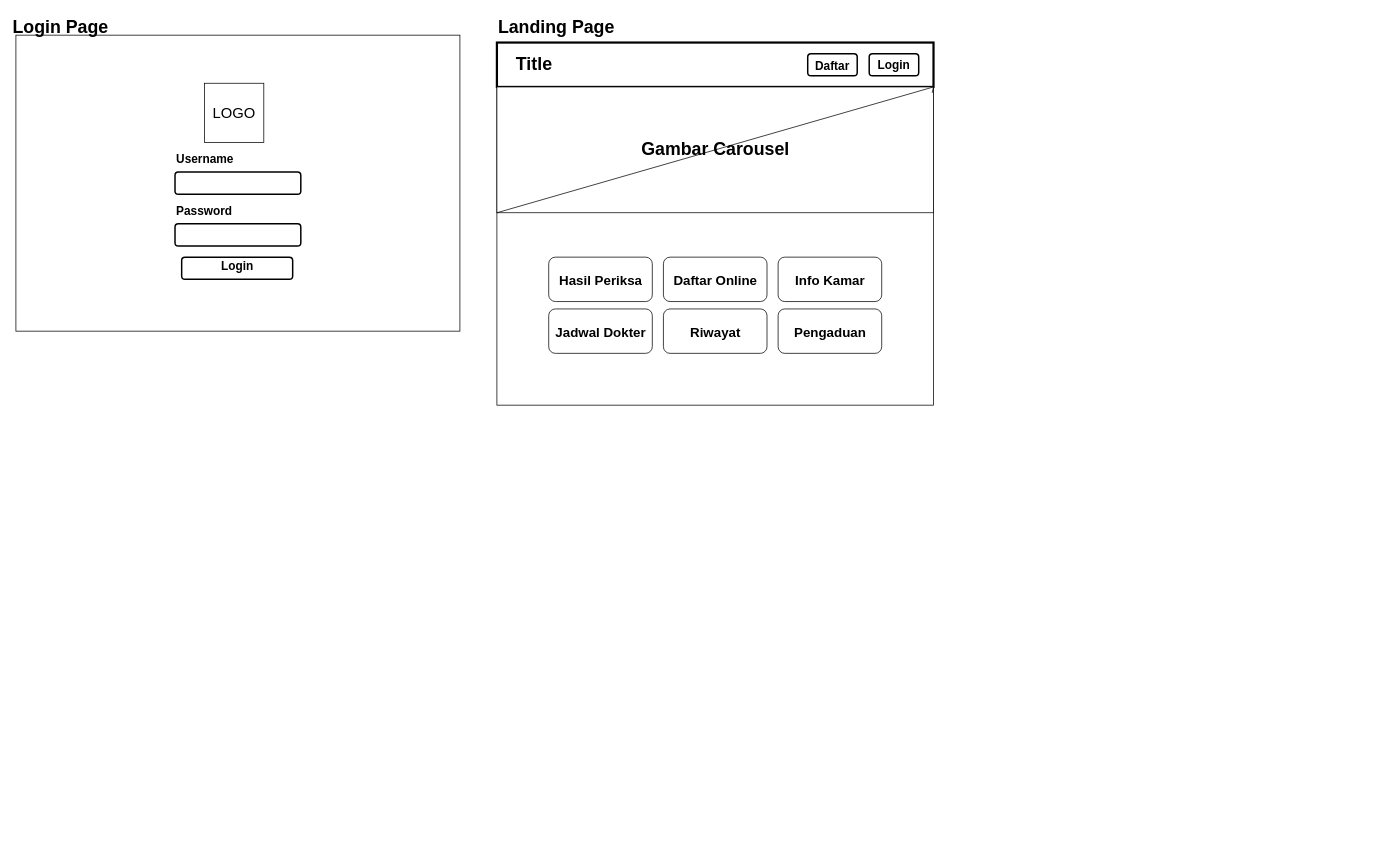
Earlier version of the draw.io diagram Tugas Kuliah Putri.drawio (wibinabae/tugas_kuliah). Source tidied: cells renumbered, new cells numbered last; positions are measured from the earlier drawing's top-left corner, leaving out a move shared by most shapes. Both pictures are drawn from the tidied source at 74%, with x=0, y=0 at pixel (16, 13).
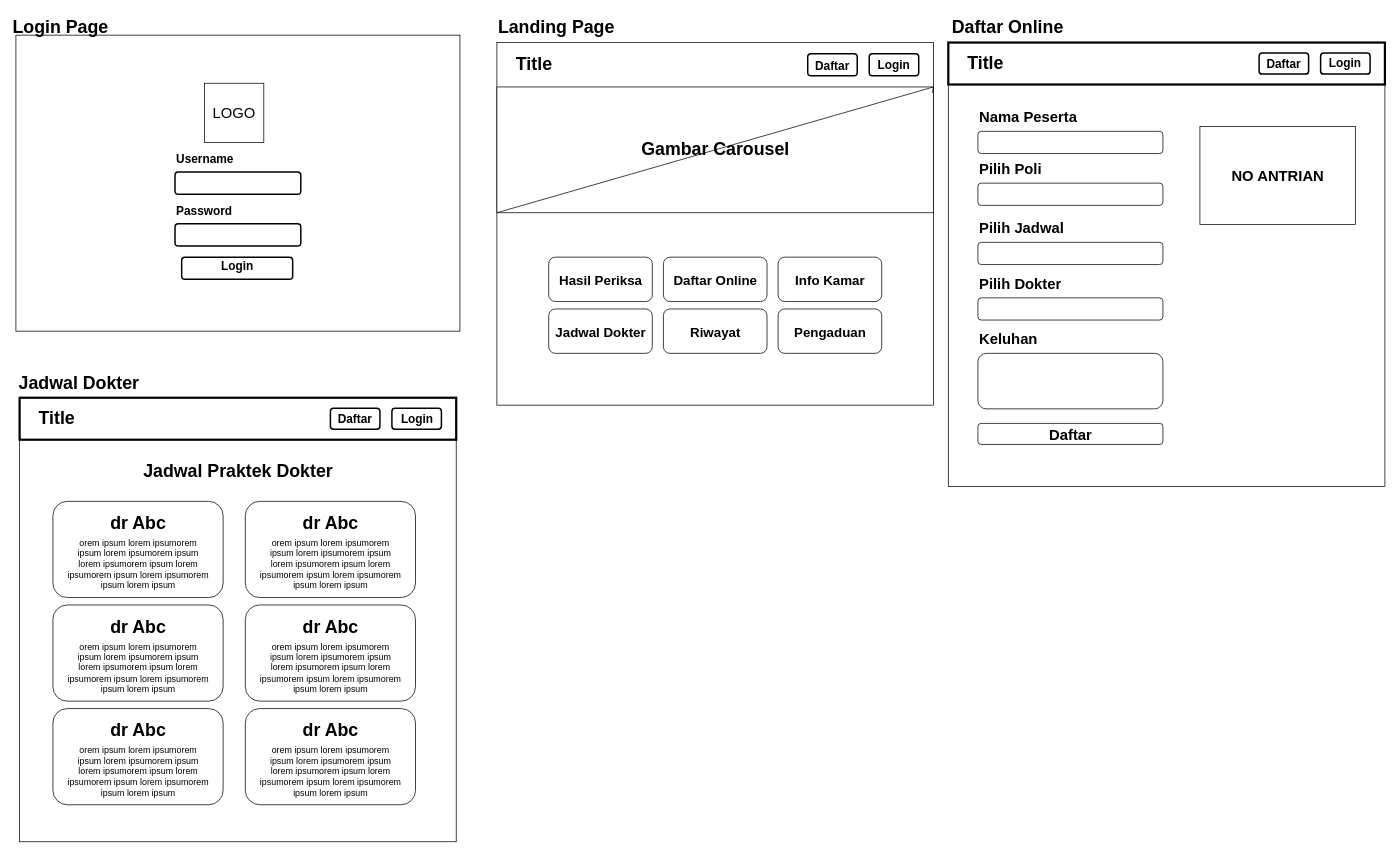
The same page after the edit.

Commit message:
Penambahan wireframe Jadwal Dokter

Unchanged cells that the change refers to:
```xml
<mxCell id="16" style="group;" parent="15" vertex="1">
  <mxGeometry y="40" width="590" height="490" as="geometry" />
</mxCell>
```

Diff of the diagram source:
```diff
@@
+    <mxCell id="42" style="rounded=0;whiteSpace=wrap;html=1;" parent="1" vertex="1">
+      <mxGeometry x="1260" y="40" width="590" height="600" as="geometry" />
+    </mxCell>
@@
-    <mxCell id="18" style="rounded=0;whiteSpace=wrap;html=1;strokeWidth=3;" parent="16" vertex="1">
-      <mxGeometry width="590" height="60" as="geometry" />
-    </mxCell>
@@
+    <mxCell id="43" value="Daftar Online" style="text;strokeColor=none;fillColor=none;html=1;fontSize=24;fontStyle=1;verticalAlign=middle;align=center;" parent="1" vertex="1">
+      <mxGeometry x="1290" width="100" height="40" as="geometry" />
+    </mxCell>
+    <mxCell id="44" style="rounded=1;whiteSpace=wrap;html=1;" parent="1" vertex="1">
+      <mxGeometry x="1300" y="160" width="250" height="30" as="geometry" />
+    </mxCell>
+    <mxCell id="45" value="&lt;font style=&quot;font-size: 20px;&quot;&gt;Nama Peserta&lt;/font&gt;" style="text;strokeColor=none;fillColor=none;html=1;fontSize=24;fontStyle=1;verticalAlign=middle;align=left;" parent="1" vertex="1">
+      <mxGeometry x="1300" y="120" width="100" height="40" as="geometry" />
+    </mxCell>
+    <mxCell id="46" style="rounded=1;whiteSpace=wrap;html=1;" parent="1" vertex="1">
+      <mxGeometry x="1300" y="230" width="250" height="30" as="geometry" />
+    </mxCell>
+    <mxCell id="47" value="&lt;font style=&quot;font-size: 20px;&quot;&gt;Pilih Poli&lt;/font&gt;" style="text;strokeColor=none;fillColor=none;html=1;fontSize=24;fontStyle=1;verticalAlign=middle;align=left;" parent="1" vertex="1">
+      <mxGeometry x="1300" y="190" width="100" height="40" as="geometry" />
+    </mxCell>
+    <mxCell id="48" style="rounded=1;whiteSpace=wrap;html=1;" parent="1" vertex="1">
+      <mxGeometry x="1300" y="310" width="250" height="30" as="geometry" />
+    </mxCell>
+    <mxCell id="49" value="&lt;font style=&quot;font-size: 20px;&quot;&gt;Pilih Jadwal&lt;/font&gt;" style="text;strokeColor=none;fillColor=none;html=1;fontSize=24;fontStyle=1;verticalAlign=middle;align=left;" parent="1" vertex="1">
+      <mxGeometry x="1300" y="270" width="100" height="40" as="geometry" />
+    </mxCell>
+    <mxCell id="50" style="rounded=1;whiteSpace=wrap;html=1;" parent="1" vertex="1">
+      <mxGeometry x="1300" y="460" width="250" height="75" as="geometry" />
+    </mxCell>
+    <mxCell id="51" value="&lt;font style=&quot;font-size: 20px;&quot;&gt;Keluhan&lt;/font&gt;" style="text;strokeColor=none;fillColor=none;html=1;fontSize=24;fontStyle=1;verticalAlign=middle;align=left;" parent="1" vertex="1">
+      <mxGeometry x="1300" y="420" width="100" height="40" as="geometry" />
+    </mxCell>
+    <mxCell id="52" style="rounded=0;whiteSpace=wrap;html=1;strokeWidth=3;" parent="1" vertex="1">
+      <mxGeometry x="1260" y="40" width="590" height="56.7" as="geometry" />
+    </mxCell>
+    <mxCell id="53" value="Title" style="text;strokeColor=none;fillColor=none;html=1;fontSize=24;fontStyle=1;verticalAlign=middle;align=center;" parent="1" vertex="1">
+      <mxGeometry x="1260" y="49.5" width="100" height="37.8" as="geometry" />
+    </mxCell>
+    <mxCell id="54" style="group;" parent="1" vertex="1">
+      <mxGeometry x="1680" y="54.2" width="66.9" height="28.4" as="geometry" />
+    </mxCell>
+    <mxCell id="55" style="rounded=1;whiteSpace=wrap;html=1;strokeWidth=2;" parent="54" vertex="1">
+      <mxGeometry width="66.9" height="28.4" as="geometry" />
+    </mxCell>
+    <mxCell id="56" value="&lt;font style=&quot;font-size: 16px;&quot;&gt;Daftar&lt;/font&gt;" style="text;strokeColor=none;fillColor=none;html=1;fontSize=24;fontStyle=1;verticalAlign=middle;align=center;" parent="54" vertex="1">
+      <mxGeometry x="5.3" y="3.8" width="56.2" height="18.9" as="geometry" />
+    </mxCell>
+    <mxCell id="57" style="group;" parent="1" vertex="1">
+      <mxGeometry x="1763.1" y="54.2" width="66.9" height="28.4" as="geometry" />
+    </mxCell>
+    <mxCell id="58" style="rounded=1;whiteSpace=wrap;html=1;strokeWidth=2;" parent="57" vertex="1">
+      <mxGeometry width="66.9" height="28.4" as="geometry" />
+    </mxCell>
+    <mxCell id="59" value="&lt;font style=&quot;font-size: 16px;&quot;&gt;Login&lt;/font&gt;" style="text;strokeColor=none;fillColor=none;html=1;fontSize=24;fontStyle=1;verticalAlign=middle;align=center;" parent="57" vertex="1">
+      <mxGeometry x="5.3" y="2.8" width="56.2" height="18.9" as="geometry" />
+    </mxCell>
+    <mxCell id="60" style="rounded=0;whiteSpace=wrap;html=1;" parent="1" vertex="1">
+      <mxGeometry x="1600" y="153.5" width="210" height="132.4" as="geometry" />
+    </mxCell>
+    <mxCell id="61" value="&lt;font style=&quot;font-size: 20px;&quot;&gt;NO ANTRIAN&lt;/font&gt;" style="text;strokeColor=none;fillColor=none;html=1;fontSize=24;fontStyle=1;verticalAlign=middle;align=center;" parent="1" vertex="1">
+      <mxGeometry x="1655" y="200.7" width="100" height="37.8" as="geometry" />
+    </mxCell>
+    <mxCell id="62" style="group;" parent="1" vertex="1">
+      <mxGeometry x="1300" y="550" width="250" height="37.8" as="geometry" />
+    </mxCell>
+    <mxCell id="63" style="rounded=1;whiteSpace=wrap;html=1;" parent="62" vertex="1">
+      <mxGeometry y="4.7" width="250" height="28.4" as="geometry" />
+    </mxCell>
+    <mxCell id="64" value="&lt;font style=&quot;font-size: 20px;&quot;&gt;Daftar&lt;/font&gt;" style="text;strokeColor=none;fillColor=none;html=1;fontSize=24;fontStyle=1;verticalAlign=middle;align=center;" parent="62" vertex="1">
+      <mxGeometry x="75" width="100" height="37.8" as="geometry" />
+    </mxCell>
+    <mxCell id="65" style="rounded=1;whiteSpace=wrap;html=1;" parent="1" vertex="1">
+      <mxGeometry x="1300" y="385" width="250" height="30" as="geometry" />
+    </mxCell>
+    <mxCell id="66" value="&lt;font style=&quot;font-size: 20px;&quot;&gt;Pilih Dokter&lt;/font&gt;" style="text;strokeColor=none;fillColor=none;html=1;fontSize=24;fontStyle=1;verticalAlign=middle;align=left;" parent="1" vertex="1">
+      <mxGeometry x="1300" y="345" width="100" height="40" as="geometry" />
+    </mxCell>
+    <mxCell id="67" style="rounded=0;whiteSpace=wrap;html=1;" parent="1" vertex="1">
+      <mxGeometry x="5" y="520" width="590" height="600" as="geometry" />
+    </mxCell>
+    <mxCell id="68" value="Jadwal Dokter" style="text;strokeColor=none;fillColor=none;html=1;fontSize=24;fontStyle=1;verticalAlign=middle;align=center;" parent="1" vertex="1">
+      <mxGeometry x="35" y="480" width="100" height="40" as="geometry" />
+    </mxCell>
+    <mxCell id="69" style="rounded=0;whiteSpace=wrap;html=1;strokeWidth=3;" parent="1" vertex="1">
+      <mxGeometry x="5" y="520" width="590" height="56.7" as="geometry" />
+    </mxCell>
+    <mxCell id="70" value="Title" style="text;strokeColor=none;fillColor=none;html=1;fontSize=24;fontStyle=1;verticalAlign=middle;align=center;" parent="1" vertex="1">
+      <mxGeometry x="5" y="529.5" width="100" height="37.8" as="geometry" />
+    </mxCell>
+    <mxCell id="71" style="group;" parent="1" vertex="1">
+      <mxGeometry x="425" y="534.2" width="66.9" height="28.4" as="geometry" />
+    </mxCell>
+    <mxCell id="72" style="rounded=1;whiteSpace=wrap;html=1;strokeWidth=2;" parent="71" vertex="1">
+      <mxGeometry width="66.9" height="28.4" as="geometry" />
+    </mxCell>
+    <mxCell id="73" value="&lt;font style=&quot;font-size: 16px;&quot;&gt;Daftar&lt;/font&gt;" style="text;strokeColor=none;fillColor=none;html=1;fontSize=24;fontStyle=1;verticalAlign=middle;align=center;" parent="71" vertex="1">
+      <mxGeometry x="5.3" y="3.8" width="56.2" height="18.9" as="geometry" />
+    </mxCell>
+    <mxCell id="74" style="group;" parent="1" vertex="1">
+      <mxGeometry x="508.1" y="534.2" width="66.9" height="28.4" as="geometry" />
+    </mxCell>
+    <mxCell id="75" style="rounded=1;whiteSpace=wrap;html=1;strokeWidth=2;" parent="74" vertex="1">
+      <mxGeometry width="66.9" height="28.4" as="geometry" />
+    </mxCell>
+    <mxCell id="76" value="&lt;font style=&quot;font-size: 16px;&quot;&gt;Login&lt;/font&gt;" style="text;strokeColor=none;fillColor=none;html=1;fontSize=24;fontStyle=1;verticalAlign=middle;align=center;" parent="74" vertex="1">
+      <mxGeometry x="5.3" y="2.8" width="56.2" height="18.9" as="geometry" />
+    </mxCell>
+    <mxCell id="77" value="Jadwal Praktek Dokter" style="text;strokeColor=none;fillColor=none;html=1;fontSize=24;fontStyle=1;verticalAlign=middle;align=center;" parent="1" vertex="1">
+      <mxGeometry x="250" y="600" width="100" height="40" as="geometry" />
+    </mxCell>
+    <mxCell id="78" style="group;" parent="1" vertex="1">
+      <mxGeometry x="50" y="660" width="230" height="130" as="geometry" />
+    </mxCell>
+    <mxCell id="79" style="group;" parent="78" vertex="1">
+      <mxGeometry width="230" height="130" as="geometry" />
+    </mxCell>
+    <mxCell id="80" style="rounded=1;whiteSpace=wrap;html=1;" parent="79" vertex="1">
+      <mxGeometry width="230" height="130" as="geometry" />
+    </mxCell>
+    <mxCell id="81" value="dr Abc" style="text;strokeColor=none;fillColor=none;html=1;fontSize=24;fontStyle=1;verticalAlign=middle;align=center;" parent="79" vertex="1">
+      <mxGeometry x="65" y="10" width="100" height="40" as="geometry" />
+    </mxCell>
+    <mxCell id="82" value="orem ipsum lorem ipsumorem ipsum lorem ipsumorem ipsum lorem ipsumorem ipsum lorem ipsumorem ipsum lorem ipsumorem ipsum lorem ipsum" style="text;html=1;align=center;verticalAlign=middle;whiteSpace=wrap;rounded=0;" parent="79" vertex="1">
+      <mxGeometry x="17.5" y="70" width="195" height="30" as="geometry" />
+    </mxCell>
+    <mxCell id="83" style="group;" parent="1" vertex="1">
+      <mxGeometry x="310" y="660" width="230" height="130" as="geometry" />
+    </mxCell>
+    <mxCell id="84" style="rounded=1;whiteSpace=wrap;html=1;" parent="83" vertex="1">
+      <mxGeometry width="230" height="130" as="geometry" />
+    </mxCell>
+    <mxCell id="85" value="dr Abc" style="text;strokeColor=none;fillColor=none;html=1;fontSize=24;fontStyle=1;verticalAlign=middle;align=center;" parent="83" vertex="1">
+      <mxGeometry x="65" y="10" width="100" height="40" as="geometry" />
+    </mxCell>
+    <mxCell id="86" value="orem ipsum lorem ipsumorem ipsum lorem ipsumorem ipsum lorem ipsumorem ipsum lorem ipsumorem ipsum lorem ipsumorem ipsum lorem ipsum" style="text;html=1;align=center;verticalAlign=middle;whiteSpace=wrap;rounded=0;" parent="83" vertex="1">
+      <mxGeometry x="17.5" y="70" width="195" height="30" as="geometry" />
+    </mxCell>
+    <mxCell id="87" style="group;" parent="1" vertex="1">
+      <mxGeometry x="50" y="800" width="230" height="130" as="geometry" />
+    </mxCell>
+    <mxCell id="88" style="group;" parent="87" vertex="1">
+      <mxGeometry width="230" height="130" as="geometry" />
+    </mxCell>
+    <mxCell id="89" style="rounded=1;whiteSpace=wrap;html=1;" parent="88" vertex="1">
+      <mxGeometry width="230" height="130" as="geometry" />
+    </mxCell>
+    <mxCell id="90" value="dr Abc" style="text;strokeColor=none;fillColor=none;html=1;fontSize=24;fontStyle=1;verticalAlign=middle;align=center;" parent="88" vertex="1">
+      <mxGeometry x="65" y="10" width="100" height="40" as="geometry" />
+    </mxCell>
+    <mxCell id="91" value="orem ipsum lorem ipsumorem ipsum lorem ipsumorem ipsum lorem ipsumorem ipsum lorem ipsumorem ipsum lorem ipsumorem ipsum lorem ipsum" style="text;html=1;align=center;verticalAlign=middle;whiteSpace=wrap;rounded=0;" parent="88" vertex="1">
+      <mxGeometry x="17.5" y="70" width="195" height="30" as="geometry" />
+    </mxCell>
+    <mxCell id="92" style="group;" parent="1" vertex="1">
+      <mxGeometry x="310" y="800" width="230" height="130" as="geometry" />
+    </mxCell>
+    <mxCell id="93" style="rounded=1;whiteSpace=wrap;html=1;" parent="92" vertex="1">
+      <mxGeometry width="230" height="130" as="geometry" />
+    </mxCell>
+    <mxCell id="94" value="dr Abc" style="text;strokeColor=none;fillColor=none;html=1;fontSize=24;fontStyle=1;verticalAlign=middle;align=center;" parent="92" vertex="1">
+      <mxGeometry x="65" y="10" width="100" height="40" as="geometry" />
+    </mxCell>
+    <mxCell id="95" value="orem ipsum lorem ipsumorem ipsum lorem ipsumorem ipsum lorem ipsumorem ipsum lorem ipsumorem ipsum lorem ipsumorem ipsum lorem ipsum" style="text;html=1;align=center;verticalAlign=middle;whiteSpace=wrap;rounded=0;" parent="92" vertex="1">
+      <mxGeometry x="17.5" y="70" width="195" height="30" as="geometry" />
+    </mxCell>
+    <mxCell id="96" style="group;" parent="1" vertex="1">
+      <mxGeometry x="50" y="940" width="230" height="130" as="geometry" />
+    </mxCell>
+    <mxCell id="97" style="group;" parent="96" vertex="1">
+      <mxGeometry width="230" height="130" as="geometry" />
+    </mxCell>
+    <mxCell id="98" style="rounded=1;whiteSpace=wrap;html=1;" parent="97" vertex="1">
+      <mxGeometry width="230" height="130" as="geometry" />
+    </mxCell>
+    <mxCell id="99" value="dr Abc" style="text;strokeColor=none;fillColor=none;html=1;fontSize=24;fontStyle=1;verticalAlign=middle;align=center;" parent="97" vertex="1">
+      <mxGeometry x="65" y="10" width="100" height="40" as="geometry" />
+    </mxCell>
+    <mxCell id="100" value="orem ipsum lorem ipsumorem ipsum lorem ipsumorem ipsum lorem ipsumorem ipsum lorem ipsumorem ipsum lorem ipsumorem ipsum lorem ipsum" style="text;html=1;align=center;verticalAlign=middle;whiteSpace=wrap;rounded=0;" parent="97" vertex="1">
+      <mxGeometry x="17.5" y="70" width="195" height="30" as="geometry" />
+    </mxCell>
+    <mxCell id="101" style="group;" parent="1" vertex="1">
+      <mxGeometry x="310" y="940" width="230" height="130" as="geometry" />
+    </mxCell>
+    <mxCell id="102" style="rounded=1;whiteSpace=wrap;html=1;" parent="101" vertex="1">
+      <mxGeometry width="230" height="130" as="geometry" />
+    </mxCell>
+    <mxCell id="103" value="dr Abc" style="text;strokeColor=none;fillColor=none;html=1;fontSize=24;fontStyle=1;verticalAlign=middle;align=center;" parent="101" vertex="1">
+      <mxGeometry x="65" y="10" width="100" height="40" as="geometry" />
+    </mxCell>
+    <mxCell id="104" value="orem ipsum lorem ipsumorem ipsum lorem ipsumorem ipsum lorem ipsumorem ipsum lorem ipsumorem ipsum lorem ipsumorem ipsum lorem ipsum" style="text;html=1;align=center;verticalAlign=middle;whiteSpace=wrap;rounded=0;" parent="101" vertex="1">
+      <mxGeometry x="17.5" y="70" width="195" height="30" as="geometry" />
+    </mxCell>
```
